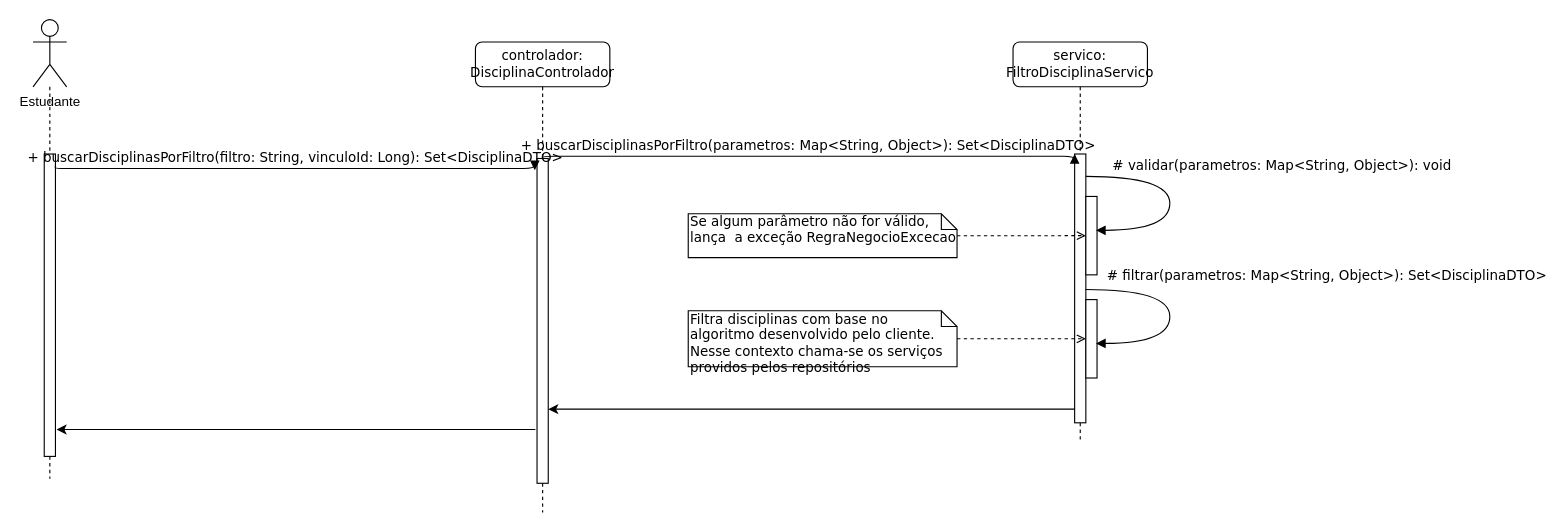
This is page "Filtragem de disciplinas" (2 of 3) of planejamento/modelagem/DiagramasSequencia.drawio from arturo32/PODE, a draw.io file, before an edit. Source tidied: cells renumbered, new cells numbered last; positions are measured from the earlier drawing's top-left corner, leaving out a move shared by most shapes. Both pictures are drawn from the tidied source at 112%, with x=0, y=0 at pixel (32, 19).
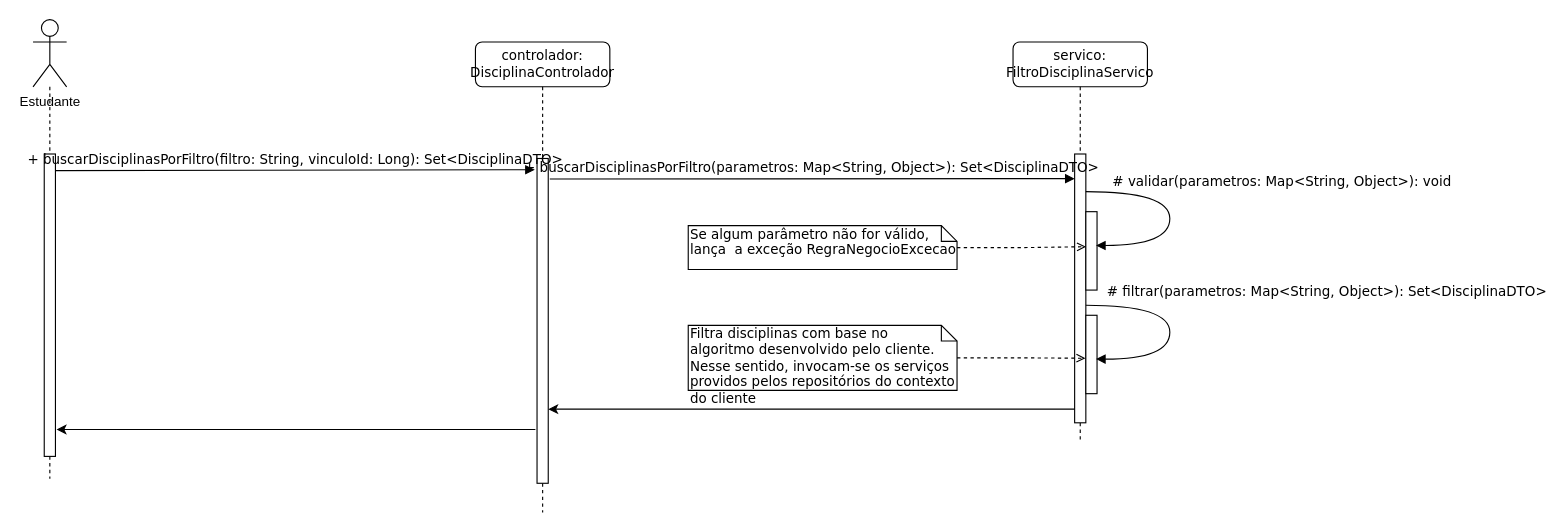
Above is the later version.

The change refers to these unchanged cells:
```xml
<mxCell id="2" value="servico: FiltroDisciplinaServico" style="shape=umlLifeline;perimeter=lifelinePerimeter;whiteSpace=wrap;html=1;rounded=1;shadow=0;comic=0;labelBackgroundColor=none;strokeWidth=1;fontFamily=Verdana;fontSize=12;align=center;" parent="1" vertex="1">
  <mxGeometry x="875" y="20" width="120" height="355" as="geometry" />
</mxCell>
<mxCell id="3" style="html=1;points=[];perimeter=orthogonalPerimeter;rounded=0;shadow=0;comic=0;labelBackgroundColor=none;strokeWidth=1;fontFamily=Verdana;fontSize=12;align=center;" parent="2" vertex="1">
  <mxGeometry x="55" y="100" width="10" height="240" as="geometry" />
</mxCell>
<mxCell id="8" style="html=1;points=[];perimeter=orthogonalPerimeter;rounded=0;shadow=0;comic=0;labelBackgroundColor=none;strokeWidth=1;fontFamily=Verdana;fontSize=12;align=center;" parent="7" vertex="1">
  <mxGeometry x="55" y="104" width="10" height="290" as="geometry" />
</mxCell>
<mxCell id="18" style="html=1;points=[];perimeter=orthogonalPerimeter;" parent="1" vertex="1">
  <mxGeometry x="10" y="120" width="10" height="270" as="geometry" />
</mxCell>
```

Diff of the diagram source:
```diff
@@
     <mxCell id="4" style="html=1;points=[];perimeter=orthogonalPerimeter;rounded=0;shadow=0;comic=0;labelBackgroundColor=none;strokeWidth=1;fontFamily=Verdana;fontSize=12;align=center;" parent="2" vertex="1">
-      <mxGeometry x="65" y="137.9" width="10" height="70" as="geometry" />
+      <mxGeometry x="65" y="151.5" width="10" height="70" as="geometry" />
     </mxCell>
-    <mxCell id="5" value="# validar(parametros: Map&amp;lt;String, Object&amp;gt;): void" style="html=1;verticalAlign=bottom;endArrow=block;labelBackgroundColor=none;fontFamily=Verdana;fontSize=12;elbow=vertical;edgeStyle=orthogonalEdgeStyle;curved=1;entryX=0.909;entryY=0.432;entryDx=0;entryDy=0;entryPerimeter=0;" parent="2" edge="1" source="3" target="4">
+    <mxCell id="5" value="# validar(parametros: Map&amp;lt;String, Object&amp;gt;): void" style="html=1;verticalAlign=bottom;endArrow=block;labelBackgroundColor=none;fontFamily=Verdana;fontSize=12;elbow=vertical;edgeStyle=orthogonalEdgeStyle;curved=1;entryX=0.909;entryY=0.432;entryDx=0;entryDy=0;entryPerimeter=0;" parent="2" edge="1" target="4">
       <mxGeometry x="-0.21" y="100" relative="1" as="geometry">
+        <mxPoint x="65" y="133.6" as="sourcePoint" />
         <Array as="points">
-          <mxPoint x="140" y="120" />
-          <mxPoint x="140" y="168" />
+          <mxPoint x="140" y="133.6" />
+          <mxPoint x="140" y="181.6" />
         </Array>
       </mxGeometry>
     </mxCell>
     <mxCell id="6" style="html=1;points=[];perimeter=orthogonalPerimeter;rounded=0;shadow=0;comic=0;labelBackgroundColor=none;strokeWidth=1;fontFamily=Verdana;fontSize=12;align=center;" parent="2" vertex="1">
-      <mxGeometry x="65" y="230" width="10" height="70" as="geometry" />
+      <mxGeometry x="65" y="244" width="10" height="70" as="geometry" />
     </mxCell>
@@
-    <mxCell id="9" value="+ buscarDisciplinasPorFiltro(parametros: Map&amp;lt;String, Object&amp;gt;): Set&amp;lt;DisciplinaDTO&amp;gt;" style="html=1;verticalAlign=bottom;endArrow=block;entryX=0;entryY=0;labelBackgroundColor=none;fontFamily=Verdana;fontSize=12;edgeStyle=elbowEdgeStyle;elbow=vertical;" parent="1" edge="1" source="8" target="3">
-      <mxGeometry relative="1" as="geometry" />
+    <mxCell id="9" value="+ buscarDisciplinasPorFiltro(parametros: Map&amp;lt;String, Object&amp;gt;): Set&amp;lt;DisciplinaDTO&amp;gt;" style="html=1;verticalAlign=bottom;endArrow=block;labelBackgroundColor=none;fontFamily=Verdana;fontSize=12;edgeStyle=elbowEdgeStyle;elbow=vertical;exitX=1.14;exitY=0.063;exitDx=0;exitDy=0;exitPerimeter=0;" parent="1" edge="1" source="8">
+      <mxGeometry relative="1" as="geometry">
+        <mxPoint x="930" y="142" as="targetPoint" />
+        <Array as="points">
+          <mxPoint x="700" y="142" />
+        </Array>
+      </mxGeometry>
     </mxCell>
     <mxCell id="10" value="# filtrar(parametros: Map&amp;lt;String, Object&amp;gt;): Set&amp;lt;DisciplinaDTO&amp;gt;" style="html=1;verticalAlign=bottom;endArrow=block;labelBackgroundColor=none;fontFamily=Verdana;fontSize=12;elbow=vertical;edgeStyle=orthogonalEdgeStyle;curved=1;entryX=0.909;entryY=0.432;entryDx=0;entryDy=0;entryPerimeter=0;" parent="1" edge="1">
       <mxGeometry x="-0.21" y="140" relative="1" as="geometry">
-        <mxPoint x="940" y="241" as="sourcePoint" />
-        <mxPoint x="949.1" y="289.1" as="targetPoint" />
+        <mxPoint x="940" y="255" as="sourcePoint" />
+        <mxPoint x="949.1" y="303.1" as="targetPoint" />
         <Array as="points">
-          <mxPoint x="1015" y="241" />
-          <mxPoint x="1015" y="289" />
+          <mxPoint x="1015" y="255" />
+          <mxPoint x="1015" y="303" />
         </Array>
         <mxPoint y="-3" as="offset" />
       </mxGeometry>
     </mxCell>
-    <mxCell id="11" style="edgeStyle=orthogonalEdgeStyle;rounded=0;jettySize=auto;html=1;dashed=1;endArrow=open;endFill=0;" parent="1" edge="1" source="12" target="6">
+    <mxCell id="11" style="edgeStyle=orthogonalEdgeStyle;rounded=0;jettySize=auto;html=1;dashed=1;endArrow=open;endFill=0;entryX=-0.033;entryY=0.548;entryDx=0;entryDy=0;entryPerimeter=0;" parent="1" edge="1" source="12" target="6">
       <mxGeometry relative="1" as="geometry" />
     </mxCell>
-    <mxCell id="12" value="Filtra disciplinas com base no algoritmo desenvolvido pelo cliente. Nesse contexto chama-se os serviços providos pelos repositórios" style="shape=note;whiteSpace=wrap;html=1;size=14;verticalAlign=top;align=left;spacingTop=-6;rounded=0;shadow=0;comic=0;labelBackgroundColor=none;strokeWidth=1;fontFamily=Verdana;fontSize=12;" parent="1" vertex="1">
-      <mxGeometry x="585" y="260" width="240" height="50" as="geometry" />
+    <mxCell id="12" value="Filtra disciplinas com base no algoritmo desenvolvido pelo cliente. Nesse sentido, invocam-se os serviços providos pelos repositórios do contexto do cliente" style="shape=note;whiteSpace=wrap;html=1;size=14;verticalAlign=top;align=left;spacingTop=-6;rounded=0;shadow=0;comic=0;labelBackgroundColor=none;strokeWidth=1;fontFamily=Verdana;fontSize=12;" parent="1" vertex="1">
+      <mxGeometry x="585" y="273" width="240" height="58" as="geometry" />
     </mxCell>
-    <mxCell id="13" style="edgeStyle=orthogonalEdgeStyle;rounded=0;jettySize=auto;html=1;endArrow=open;endFill=0;dashed=1;" parent="1" edge="1" source="14" target="4">
+    <mxCell id="13" style="edgeStyle=orthogonalEdgeStyle;rounded=0;jettySize=auto;html=1;endArrow=open;endFill=0;dashed=1;entryX=0.019;entryY=0.447;entryDx=0;entryDy=0;entryPerimeter=0;" parent="1" edge="1" source="14" target="4">
       <mxGeometry relative="1" as="geometry" />
     </mxCell>
     <mxCell id="14" value="Se algum parâmetro não for válido, lança&amp;nbsp; a exceção RegraNegocioExcecao" style="shape=note;whiteSpace=wrap;html=1;size=14;verticalAlign=top;align=left;spacingTop=-6;rounded=0;shadow=0;comic=0;labelBackgroundColor=none;strokeWidth=1;fontFamily=Verdana;fontSize=12;" parent="1" vertex="1">
-      <mxGeometry x="585" y="173.4" width="240" height="39.1" as="geometry" />
+      <mxGeometry x="585" y="184" width="240" height="39.1" as="geometry" />
     </mxCell>
@@
-    <mxCell id="19" value="+ buscarDisciplinasPorFiltro(filtro: String, vinculoId: Long): Set&amp;lt;DisciplinaDTO&amp;gt;" style="html=1;verticalAlign=bottom;endArrow=block;labelBackgroundColor=none;fontFamily=Verdana;fontSize=12;edgeStyle=elbowEdgeStyle;elbow=vertical;exitX=0.986;exitY=0.041;exitDx=0;exitDy=0;exitPerimeter=0;entryX=-0.2;entryY=0.036;entryDx=0;entryDy=0;entryPerimeter=0;" parent="1" edge="1" source="18" target="8">
-      <mxGeometry relative="1" as="geometry" />
+    <mxCell id="19" value="+ buscarDisciplinasPorFiltro(filtro: String, vinculoId: Long): Set&amp;lt;DisciplinaDTO&amp;gt;" style="html=1;verticalAlign=bottom;endArrow=block;labelBackgroundColor=none;fontFamily=Verdana;fontSize=12;edgeStyle=elbowEdgeStyle;elbow=vertical;exitX=0.989;exitY=0.055;exitDx=0;exitDy=0;exitPerimeter=0;entryX=-0.2;entryY=0.036;entryDx=0;entryDy=0;entryPerimeter=0;" parent="1" edge="1" source="18" target="8">
+      <mxGeometry relative="1" as="geometry">
+        <Array as="points">
+          <mxPoint x="240" y="134" />
+        </Array>
+      </mxGeometry>
     </mxCell>
```
